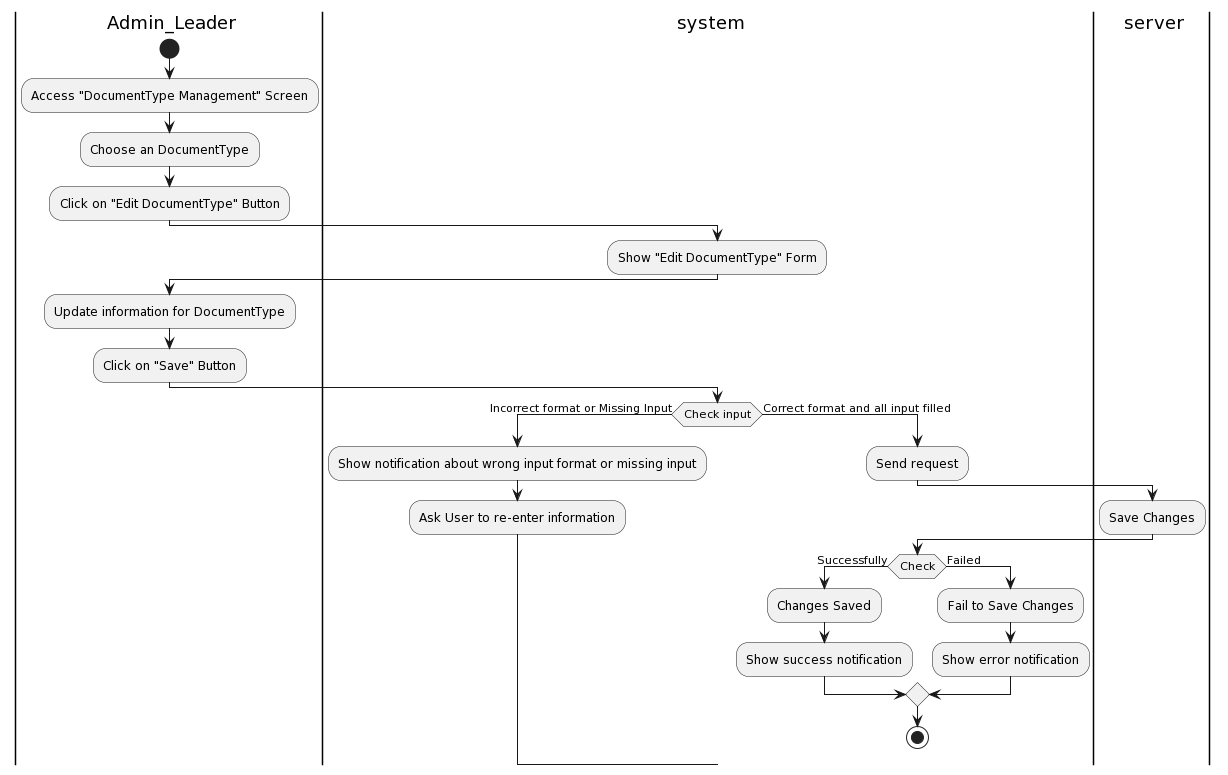
khoapham1003/SE357-Pratice-class keeps this PlantUML diagram as Lab1/Lab1.2/Activity Diagram/SystemManagement/DocumentTypeManagement/EditDocumentTypeinformation/EditDocumentTypeinformation.png. Above is the earlier version.
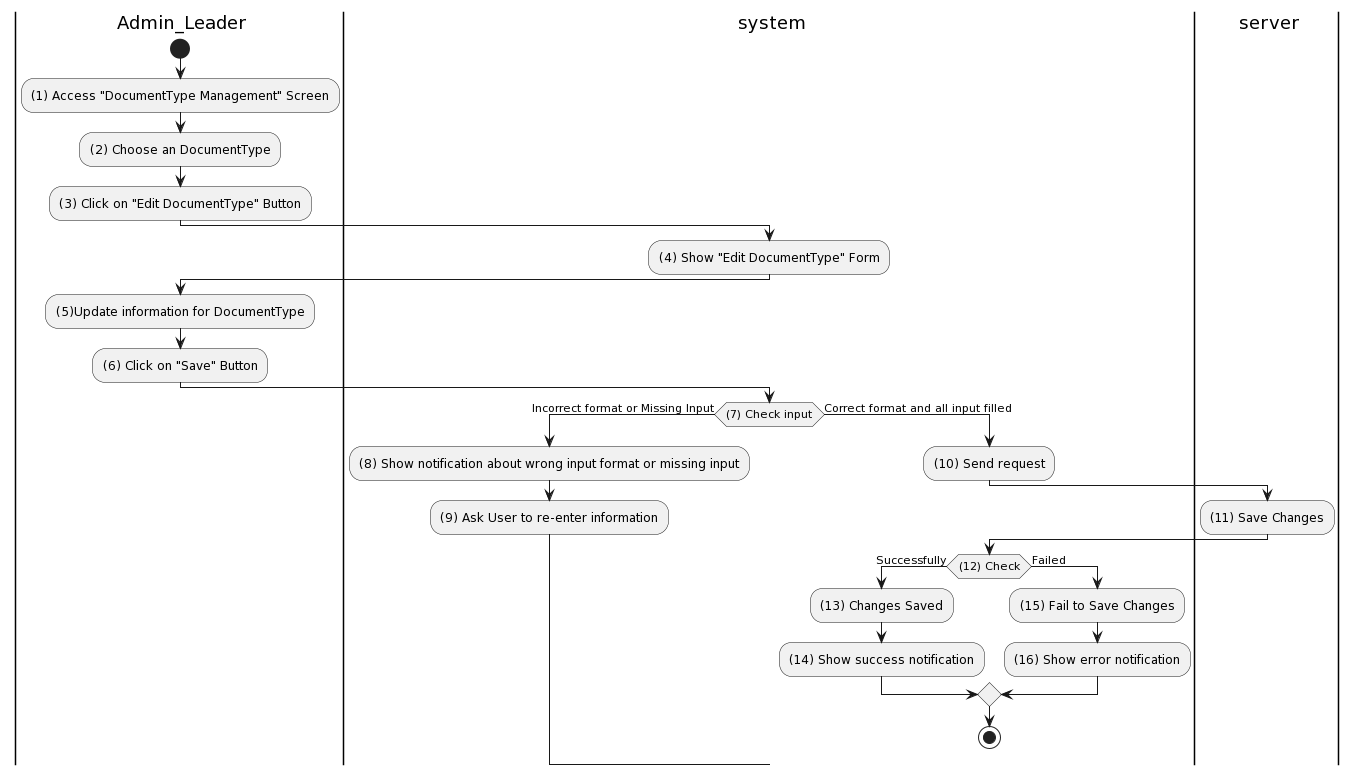
Later version of the same file.

Change to the diagram source:
```diff
@@ -4,30 +4,30 @@
 |ser| server
 |a|
 start
-:Access "DocumentType Management" Screen;
-:Choose an DocumentType;
-:Click on "Edit DocumentType" Button;
+:(1) Access "DocumentType Management" Screen;
+:(2) Choose an DocumentType;
+:(3) Click on "Edit DocumentType" Button;
 |sys|
-:Show "Edit DocumentType" Form;
+:(4) Show "Edit DocumentType" Form;
 |a|
-:Update information for DocumentType;
-:Click on "Save" Button;
+:(5)Update information for DocumentType;
+:(6) Click on "Save" Button;
 |sys|
-if (Check input) then (Incorrect format or Missing Input)
-:Show notification about wrong input format or missing input;
-:Ask User to re-enter information;
+if ((7) Check input) then (Incorrect format or Missing Input)
+:(8) Show notification about wrong input format or missing input;
+:(9) Ask User to re-enter information;
 else (Correct format and all input filled)
 |sys|
-:Send request;
+:(10) Send request;
 |ser|
-:Save Changes;
+:(11) Save Changes;
 |sys|
-if(Check) then (Successfully)
-:Changes Saved;
-:Show success notification;
+if((12) Check) then (Successfully)
+:(13) Changes Saved;
+:(14) Show success notification;
 else (Failed)
-:Fail to Save Changes;
-:Show error notification;
+:(15) Fail to Save Changes;
+:(16) Show error notification;
 endif
 
 stop
```
